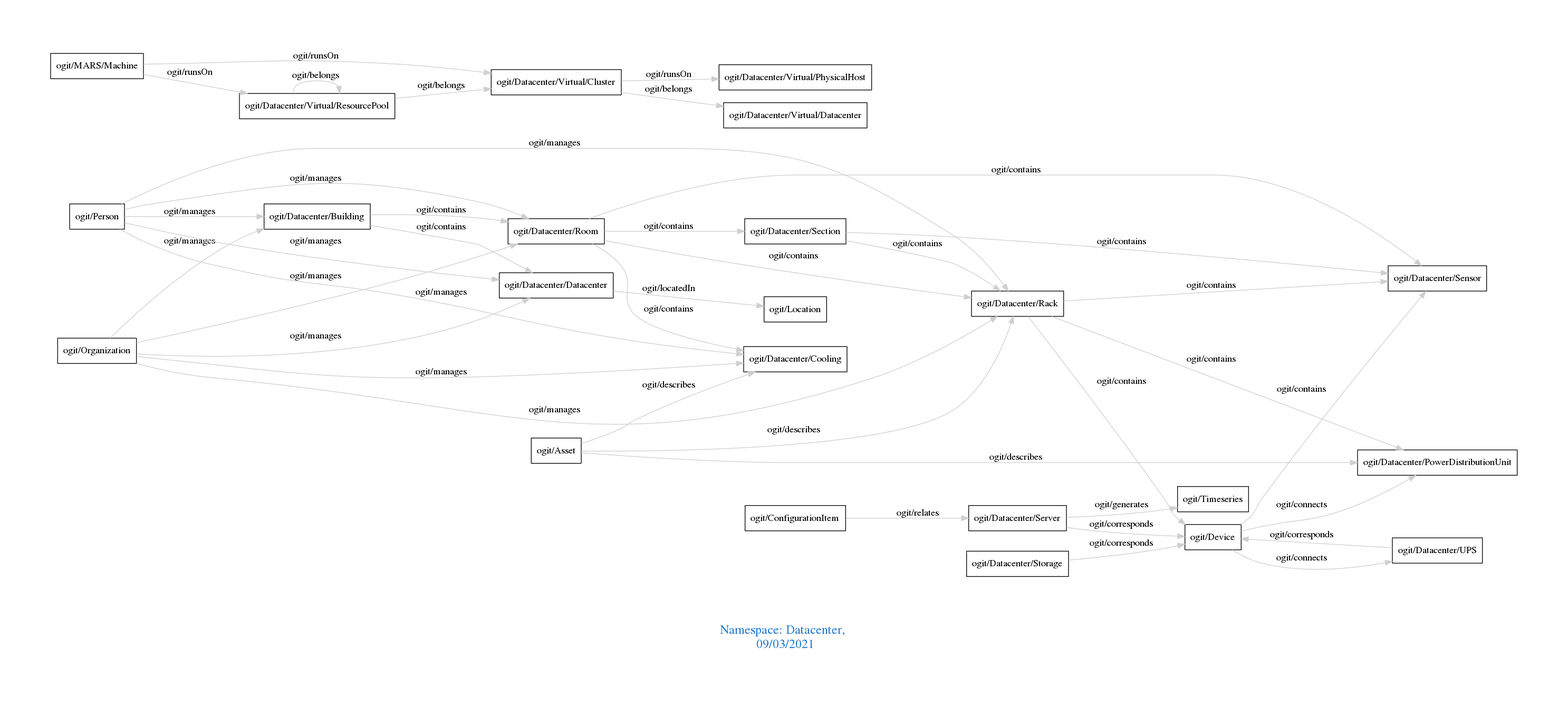
Before: downloads/Datacenter.png, a diagram exported from Graphviz (arago/OGIT). Its source is kept beside it as downloads/Datacenter.dot.
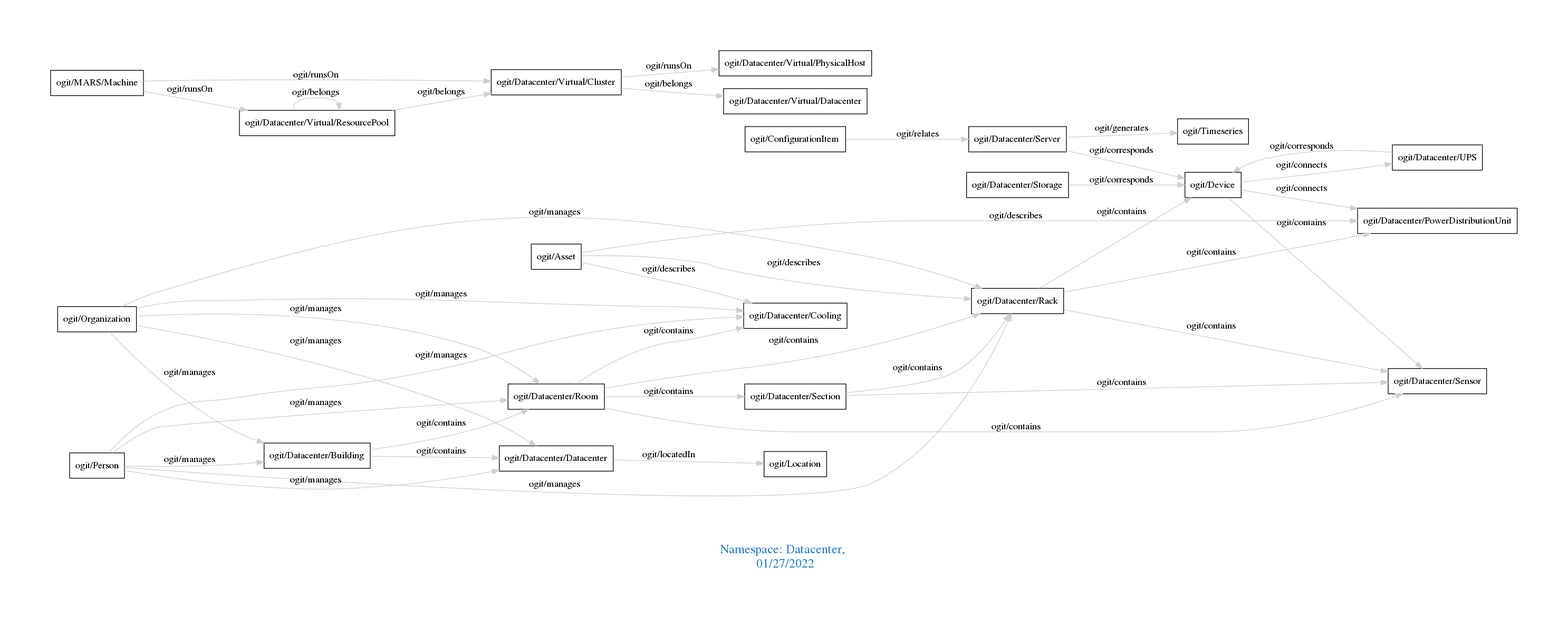
The same diagram one commit later.

What changed in the source:
```diff
@@ -1,21 +1,21 @@
 digraph OGIT_ontology {
  graph [ rankdir= LR,pad=1
 fontsize = 18,
-fontcolor= dodgerblue3,label = "\n\n\nNamespace: Datacenter, \n 09/03/2021"];
+fontcolor= dodgerblue3,label = "\n\n\nNamespace: Datacenter, \n 01/27/2022"];
 node[shape=polygon];
 edge [  color="gray81"];
 
-   "ogit/Datacenter/Building" -> "ogit/Datacenter/Datacenter" [label="   ogit/contains    "];
-   "ogit/Datacenter/Building" -> "ogit/Datacenter/Room" [label="   ogit/contains    "];
-   "ogit/Datacenter/Rack" -> "ogit/Datacenter/Sensor" [label="   ogit/contains    "];
-   "ogit/Datacenter/Rack" -> "ogit/Datacenter/PowerDistributionUnit" [label="   ogit/contains    "];
-   "ogit/Datacenter/Rack" -> "ogit/Device" [label="   ogit/contains    "];
+   "ogit/Datacenter/Section" -> "ogit/Datacenter/Sensor" [label="   ogit/contains    "];
+   "ogit/Datacenter/Section" -> "ogit/Datacenter/Rack" [label="   ogit/contains    "];
    "ogit/Datacenter/Room" -> "ogit/Datacenter/Rack" [label="   ogit/contains    "];
    "ogit/Datacenter/Room" -> "ogit/Datacenter/Cooling" [label="   ogit/contains    "];
    "ogit/Datacenter/Room" -> "ogit/Datacenter/Sensor" [label="   ogit/contains    "];
    "ogit/Datacenter/Room" -> "ogit/Datacenter/Section" [label="   ogit/contains    "];
-   "ogit/Datacenter/Section" -> "ogit/Datacenter/Sensor" [label="   ogit/contains    "];
-   "ogit/Datacenter/Section" -> "ogit/Datacenter/Rack" [label="   ogit/contains    "];
+   "ogit/Datacenter/Rack" -> "ogit/Datacenter/Sensor" [label="   ogit/contains    "];
+   "ogit/Datacenter/Rack" -> "ogit/Datacenter/PowerDistributionUnit" [label="   ogit/contains    "];
+   "ogit/Datacenter/Rack" -> "ogit/Device" [label="   ogit/contains    "];
+   "ogit/Datacenter/Building" -> "ogit/Datacenter/Datacenter" [label="   ogit/contains    "];
+   "ogit/Datacenter/Building" -> "ogit/Datacenter/Room" [label="   ogit/contains    "];
    "ogit/Device" -> "ogit/Datacenter/Sensor" [label="   ogit/contains    "];
    "ogit/Organization" -> "ogit/Datacenter/Room" [label="   ogit/manages    "];
    "ogit/Organization" -> "ogit/Datacenter/Rack" [label="   ogit/manages    "];
```
